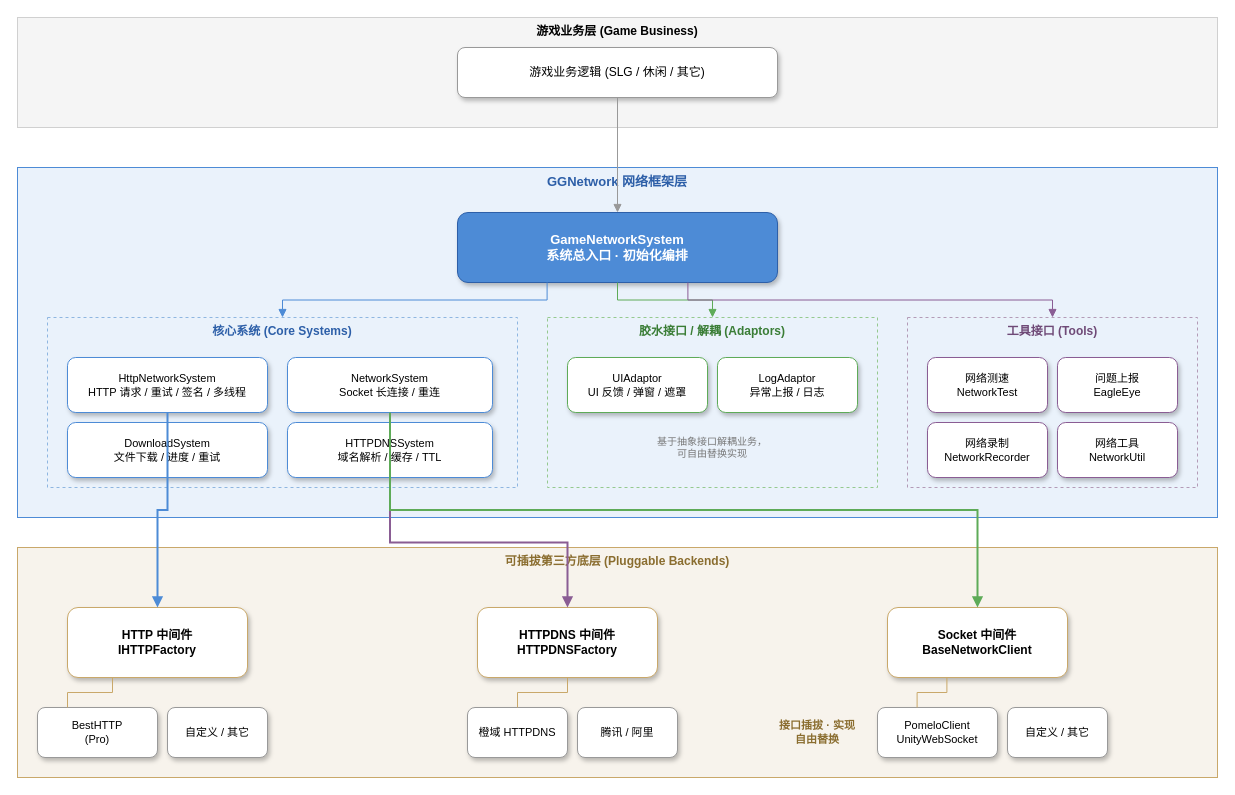
The draw.io diagram documents/TDD/GGNetwork_Architecture.drawio in gonglei007/GGFramework-GGNetwork, before the edit. Source tidied: cells renumbered, new cells numbered last; positions are measured from the earlier drawing's top-left corner, leaving out a move shared by most shapes. Both pictures are drawn from the tidied source at 100%, with x=0, y=0 at pixel (17, 17).
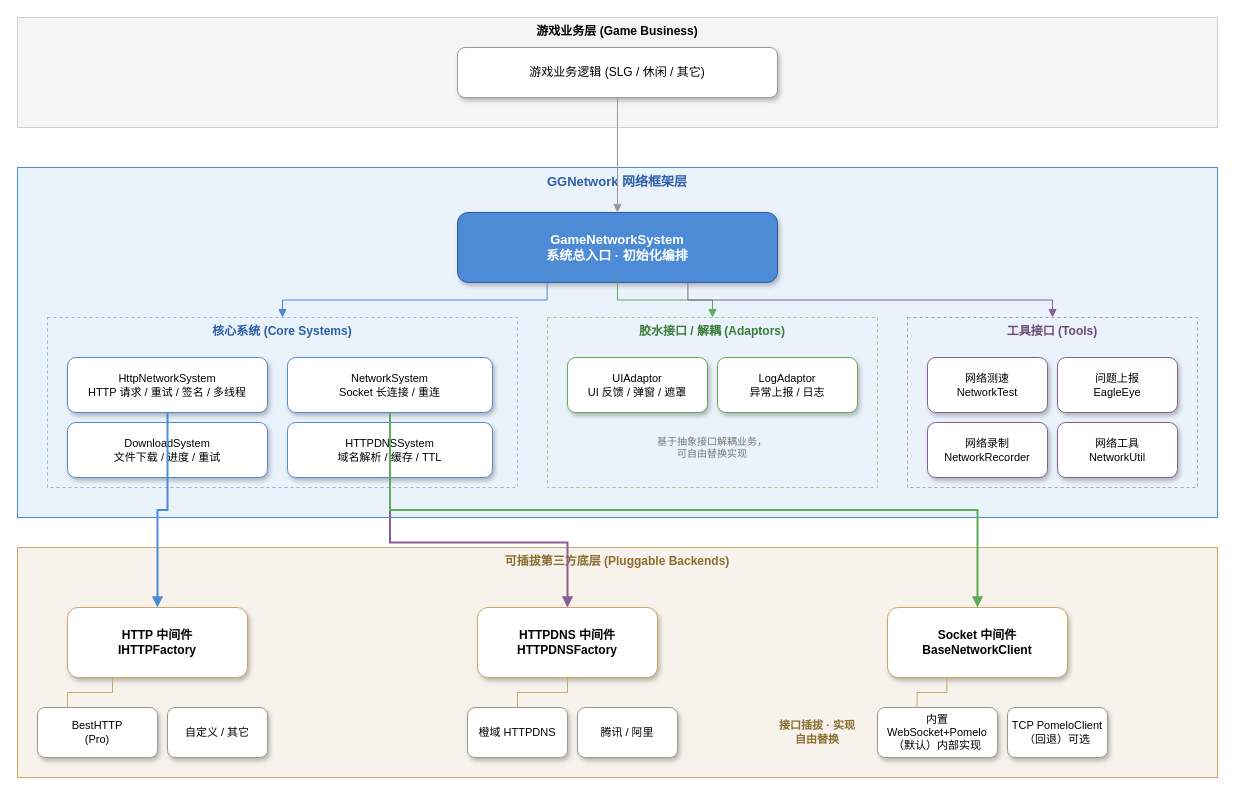
After the change.

Commit message (it also covers changes not shown here):
docs: 完善 TDD 架构图并补充 WebSocket 长连接提示卡

- GGNetwork_Architecture.drawio：Socket 中间件实现节点更新为『内置 WebSocket+Pomelo（默认）内部实现』，回退节点改为『TCP PomeloClient（可选）』
- GGNetwork_TDD.drawio：同步 Socket 连接中间件实现节点为内部 WebSocket 实现
- 新增 documents/websocket_提示卡.md：内部 WebSocket+Pomelo 模块的精炼使用说明（开关/用法/上线检查/常见坑）

Change to the diagram source:
```diff
@@
-    <mxCell id="28" value="PomeloClient&#10;UnityWebSocket" style="rounded=1;whiteSpace=wrap;html=1;fillColor=#ffffff;strokeColor=#999999;fontSize=11;shadow=1;" parent="1" vertex="1">
+    <mxCell id="28" value="内置 WebSocket+Pomelo&#10;（默认）内部实现" style="rounded=1;whiteSpace=wrap;html=1;fillColor=#ffffff;strokeColor=#999999;fontSize=11;shadow=1;" parent="1" vertex="1">
       <mxGeometry x="860" y="690" width="120" height="50" as="geometry" />
     </mxCell>
-    <mxCell id="29" value="自定义 / 其它" style="rounded=1;whiteSpace=wrap;html=1;fillColor=#ffffff;strokeColor=#999999;fontSize=11;shadow=1;" parent="1" vertex="1">
+    <mxCell id="29" value="TCP PomeloClient&#10;（回退）可选" style="rounded=1;whiteSpace=wrap;html=1;fillColor=#ffffff;strokeColor=#999999;fontSize=11;shadow=1;" parent="1" vertex="1">
       <mxGeometry x="990" y="690" width="100" height="50" as="geometry" />
     </mxCell>
```
